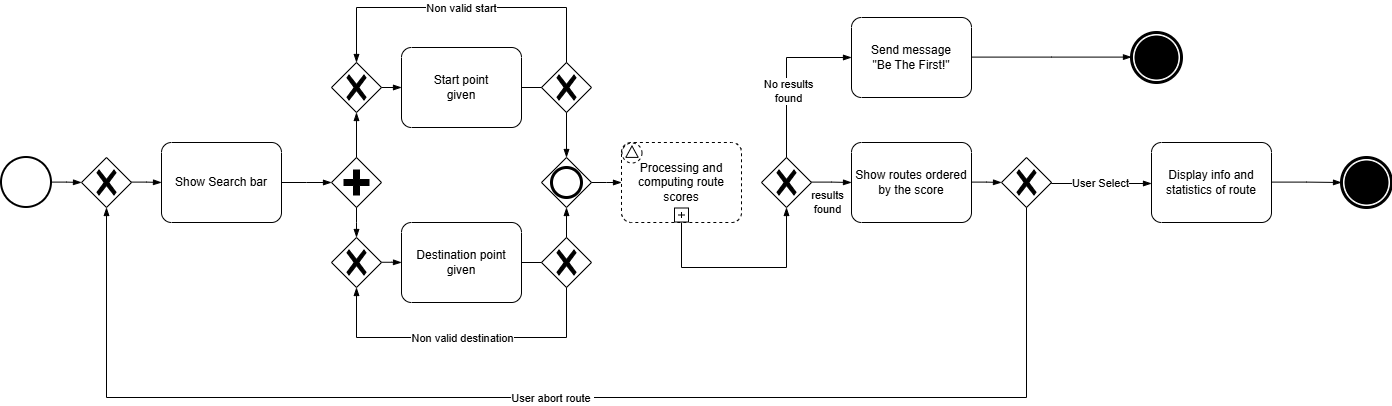
jacopobellosi/Bellosi-Montanelli-Tempobono keeps this draw.io diagram as RASD/LaTeXCode/images/StateDiagrams/SearchAndDisplay.drawio.png. Above is the earlier version. Source tidied: cells renumbered, new cells last; positions are measured from the earlier drawing's top-left corner, leaving out a move shared by most shapes.
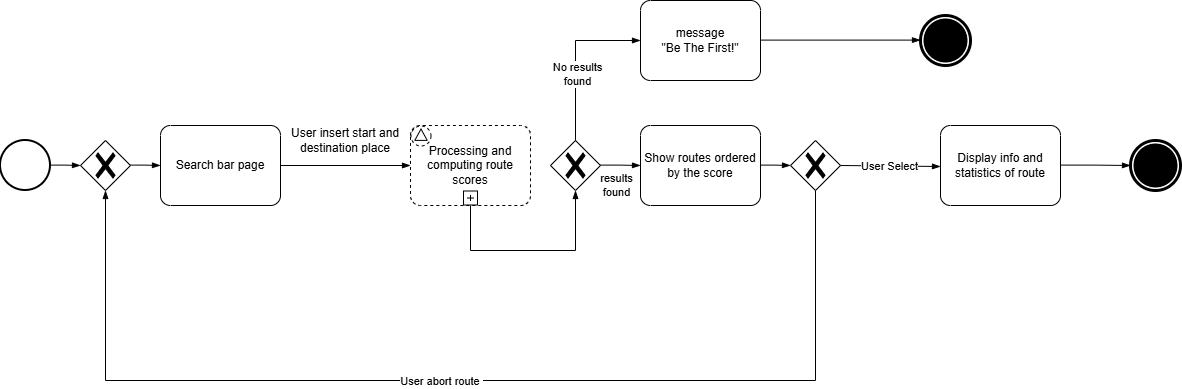
The same diagram one commit later.

Commit message:
Refactor and reorganize diagram files

What changed in the source:
```diff
@@ -3,101 +3,16 @@
     <mxCell id="0" />
     <mxCell id="1" parent="0" />
     <mxCell id="2" style="strokeWidth=2;html=1;shape=mxgraph.flowchart.start_2;whiteSpace=wrap;" parent="1" vertex="1">
-      <mxGeometry y="150" width="50" height="50" as="geometry" />
+      <mxGeometry x="210" y="150" width="50" height="50" as="geometry" />
     </mxCell>
-    <mxCell id="3" value="Show Search bar" style="points=[[0.25,0,0],[0.5,0,0],[0.75,0,0],[1,0.25,0],[1,0.5,0],[1,0.75,0],[0.75,1,0],[0.5,1,0],[0.25,1,0],[0,0.75,0],[0,0.5,0],[0,0.25,0]];shape=mxgraph.bpmn.task2;whiteSpace=wrap;rectStyle=rounded;size=10;html=1;taskMarker=abstract;" parent="1" vertex="1">
-      <mxGeometry x="160" y="135" width="120" height="80" as="geometry" />
+    <mxCell id="3" value="Search bar page" style="points=[[0.25,0,0],[0.5,0,0],[0.75,0,0],[1,0.25,0],[1,0.5,0],[1,0.75,0],[0.75,1,0],[0.5,1,0],[0.25,1,0],[0,0.75,0],[0,0.5,0],[0,0.25,0]];shape=mxgraph.bpmn.task2;whiteSpace=wrap;rectStyle=rounded;size=10;html=1;taskMarker=abstract;" parent="1" vertex="1">
+      <mxGeometry x="370" y="135" width="120" height="80" as="geometry" />
     </mxCell>
     <mxCell id="4" style="edgeStyle=elbowEdgeStyle;fontSize=12;html=1;endArrow=blockThin;endFill=1;rounded=0;entryX=0;entryY=0.5;entryDx=0;entryDy=0;entryPerimeter=0;" parent="3" edge="1" target="3">
       <mxGeometry relative="1" as="geometry">
         <mxPoint x="-30" y="39.6" as="sourcePoint" />
       </mxGeometry>
     </mxCell>
-    <mxCell id="5" style="points=[[0.25,0.25,0],[0.5,0,0],[0.75,0.25,0],[1,0.5,0],[0.75,0.75,0],[0.5,1,0],[0.25,0.75,0],[0,0.5,0]];shape=mxgraph.bpmn.gateway2;html=1;verticalLabelPosition=bottom;labelBackgroundColor=#ffffff;verticalAlign=top;align=center;perimeter=rhombusPerimeter;outlineConnect=0;outline=none;symbol=none;gwType=parallel;" parent="1" vertex="1">
-      <mxGeometry x="330" y="150" width="50" height="50" as="geometry" />
-    </mxCell>
-    <mxCell id="6" style="points=[[0.25,0.25,0],[0.5,0,0],[0.75,0.25,0],[1,0.5,0],[0.75,0.75,0],[0.5,1,0],[0.25,0.75,0],[0,0.5,0]];shape=mxgraph.bpmn.gateway2;html=1;verticalLabelPosition=bottom;labelBackgroundColor=#ffffff;verticalAlign=top;align=center;perimeter=rhombusPerimeter;outlineConnect=0;outline=end;symbol=general;" parent="1" vertex="1">
-      <mxGeometry x="540" y="150" width="50" height="50" as="geometry" />
-    </mxCell>
-    <mxCell id="7" value="Start point&lt;div&gt;given&lt;/div&gt;" style="points=[[0.25,0,0],[0.5,0,0],[0.75,0,0],[1,0.25,0],[1,0.5,0],[1,0.75,0],[0.75,1,0],[0.5,1,0],[0.25,1,0],[0,0.75,0],[0,0.5,0],[0,0.25,0]];shape=mxgraph.bpmn.task2;whiteSpace=wrap;rectStyle=rounded;size=10;html=1;taskMarker=abstract;" parent="1" vertex="1">
-      <mxGeometry x="400" y="40" width="120" height="80" as="geometry" />
-    </mxCell>
-    <mxCell id="8" value="Destination point given" style="points=[[0.25,0,0],[0.5,0,0],[0.75,0,0],[1,0.25,0],[1,0.5,0],[1,0.75,0],[0.75,1,0],[0.5,1,0],[0.25,1,0],[0,0.75,0],[0,0.5,0],[0,0.25,0]];shape=mxgraph.bpmn.task2;whiteSpace=wrap;rectStyle=rounded;size=10;html=1;taskMarker=abstract;" parent="1" vertex="1">
-      <mxGeometry x="400" y="215" width="120" height="80" as="geometry" />
-    </mxCell>
-    <mxCell id="9" style="edgeStyle=elbowEdgeStyle;fontSize=12;html=1;endArrow=blockThin;endFill=1;rounded=0;entryX=0;entryY=0.5;entryDx=0;entryDy=0;entryPerimeter=0;" parent="8" edge="1" target="8">
-      <mxGeometry relative="1" as="geometry">
-        <mxPoint x="-20" y="39.8" as="sourcePoint" />
-      </mxGeometry>
-    </mxCell>
-    <mxCell id="10" style="edgeStyle=elbowEdgeStyle;fontSize=12;html=1;endArrow=blockThin;endFill=1;rounded=0;exitX=0.5;exitY=0;exitDx=0;exitDy=0;exitPerimeter=0;entryX=0;entryY=0.5;entryDx=0;entryDy=0;entryPerimeter=0;" parent="1" edge="1" source="17" target="7">
-      <mxGeometry relative="1" as="geometry">
-        <Array as="points">
-          <mxPoint x="355" y="120" />
-        </Array>
-      </mxGeometry>
-    </mxCell>
-    <mxCell id="11" style="edgeStyle=elbowEdgeStyle;fontSize=12;html=1;endArrow=blockThin;endFill=1;rounded=0;exitX=1;exitY=0.5;exitDx=0;exitDy=0;exitPerimeter=0;entryX=0.5;entryY=0;entryDx=0;entryDy=0;entryPerimeter=0;" parent="1" edge="1" source="7" target="6">
-      <mxGeometry relative="1" as="geometry">
-        <Array as="points">
-          <mxPoint x="565" y="110" />
-        </Array>
-      </mxGeometry>
-    </mxCell>
-    <mxCell id="12" style="edgeStyle=elbowEdgeStyle;fontSize=12;html=1;endArrow=blockThin;endFill=1;rounded=0;exitX=1;exitY=0.5;exitDx=0;exitDy=0;exitPerimeter=0;entryX=0.5;entryY=1;entryDx=0;entryDy=0;entryPerimeter=0;" parent="1" edge="1" source="8" target="6">
-      <mxGeometry relative="1" as="geometry">
-        <Array as="points">
-          <mxPoint x="565" y="240" />
-        </Array>
-      </mxGeometry>
-    </mxCell>
-    <mxCell id="13" style="edgeStyle=elbowEdgeStyle;fontSize=12;html=1;endArrow=blockThin;endFill=1;rounded=0;exitX=1;exitY=0.5;exitDx=0;exitDy=0;exitPerimeter=0;" parent="1" edge="1" source="6">
-      <mxGeometry relative="1" as="geometry">
-        <mxPoint x="620" y="175" as="targetPoint" />
-      </mxGeometry>
-    </mxCell>
-    <mxCell id="14" style="points=[[0.25,0.25,0],[0.5,0,0],[0.75,0.25,0],[1,0.5,0],[0.75,0.75,0],[0.5,1,0],[0.25,0.75,0],[0,0.5,0]];shape=mxgraph.bpmn.gateway2;html=1;verticalLabelPosition=bottom;labelBackgroundColor=#ffffff;verticalAlign=top;align=center;perimeter=rhombusPerimeter;outlineConnect=0;outline=none;symbol=none;gwType=exclusive;" parent="1" vertex="1">
-      <mxGeometry x="540" y="230" width="50" height="50" as="geometry" />
-    </mxCell>
-    <mxCell id="15" style="points=[[0.25,0.25,0],[0.5,0,0],[0.75,0.25,0],[1,0.5,0],[0.75,0.75,0],[0.5,1,0],[0.25,0.75,0],[0,0.5,0]];shape=mxgraph.bpmn.gateway2;html=1;verticalLabelPosition=bottom;labelBackgroundColor=#ffffff;verticalAlign=top;align=center;perimeter=rhombusPerimeter;outlineConnect=0;outline=none;symbol=none;gwType=exclusive;" parent="1" vertex="1">
-      <mxGeometry x="330" y="230" width="50" height="50" as="geometry" />
-    </mxCell>
-    <mxCell id="16" style="points=[[0.25,0.25,0],[0.5,0,0],[0.75,0.25,0],[1,0.5,0],[0.75,0.75,0],[0.5,1,0],[0.25,0.75,0],[0,0.5,0]];shape=mxgraph.bpmn.gateway2;html=1;verticalLabelPosition=bottom;labelBackgroundColor=#ffffff;verticalAlign=top;align=center;perimeter=rhombusPerimeter;outlineConnect=0;outline=none;symbol=none;gwType=exclusive;" parent="1" vertex="1">
-      <mxGeometry x="540" y="55" width="50" height="50" as="geometry" />
-    </mxCell>
-    <mxCell id="17" style="points=[[0.25,0.25,0],[0.5,0,0],[0.75,0.25,0],[1,0.5,0],[0.75,0.75,0],[0.5,1,0],[0.25,0.75,0],[0,0.5,0]];shape=mxgraph.bpmn.gateway2;html=1;verticalLabelPosition=bottom;labelBackgroundColor=#ffffff;verticalAlign=top;align=center;perimeter=rhombusPerimeter;outlineConnect=0;outline=none;symbol=none;gwType=exclusive;" parent="1" vertex="1">
-      <mxGeometry x="330" y="55" width="50" height="50" as="geometry" />
-    </mxCell>
-    <mxCell id="18" style="edgeStyle=elbowEdgeStyle;fontSize=12;html=1;endArrow=blockThin;endFill=1;rounded=0;exitX=0.5;exitY=0;exitDx=0;exitDy=0;exitPerimeter=0;entryX=0.5;entryY=1;entryDx=0;entryDy=0;entryPerimeter=0;" parent="1" edge="1" source="5" target="17">
-      <mxGeometry relative="1" as="geometry" />
-    </mxCell>
-    <mxCell id="19" style="edgeStyle=elbowEdgeStyle;fontSize=12;html=1;endArrow=blockThin;endFill=1;rounded=0;exitX=0.5;exitY=1;exitDx=0;exitDy=0;exitPerimeter=0;" parent="1" edge="1" source="5" target="15">
-      <mxGeometry relative="1" as="geometry" />
-    </mxCell>
-    <mxCell id="20" style="edgeStyle=elbowEdgeStyle;fontSize=12;html=1;endArrow=blockThin;endFill=1;rounded=0;exitX=0.5;exitY=1;exitDx=0;exitDy=0;exitPerimeter=0;entryX=0.5;entryY=1;entryDx=0;entryDy=0;entryPerimeter=0;" parent="1" edge="1" source="14" target="15">
-      <mxGeometry relative="1" as="geometry">
-        <Array as="points">
-          <mxPoint x="460" y="330" />
-        </Array>
-      </mxGeometry>
-    </mxCell>
-    <mxCell id="21" value="Non valid destination" style="edgeLabel;html=1;align=center;verticalAlign=middle;" parent="20" vertex="1">
-      <mxGeometry x="-0.06" relative="1" as="geometry">
-        <mxPoint x="-9" as="offset" />
-      </mxGeometry>
-    </mxCell>
-    <mxCell id="22" style="edgeStyle=elbowEdgeStyle;fontSize=12;html=1;endArrow=blockThin;endFill=1;rounded=0;entryX=0.5;entryY=0;entryDx=0;entryDy=0;entryPerimeter=0;exitX=0.5;exitY=0;exitDx=0;exitDy=0;exitPerimeter=0;elbow=vertical;" parent="1" edge="1" source="16" target="17">
-      <mxGeometry relative="1" as="geometry">
-        <Array as="points">
-          <mxPoint x="390" />
-        </Array>
-      </mxGeometry>
-    </mxCell>
-    <mxCell id="23" value="Non valid start" style="edgeLabel;html=1;align=center;verticalAlign=middle;" parent="22" vertex="1">
-      <mxGeometry x="-0.11" relative="1" as="geometry">
-        <mxPoint x="-18" as="offset" />
-      </mxGeometry>
-    </mxCell>
     <mxCell id="24" value="Show routes ordered by the score" style="shape=mxgraph.bpmn.task2;whiteSpace=wrap;rectStyle=rounded;size=10;html=1;taskMarker=abstract;" parent="1" vertex="1">
       <mxGeometry x="850" y="135" width="120" height="80" as="geometry" />
     </mxCell>
@@ -129,23 +44,21 @@
       </mxGeometry>
     </mxCell>
     <mxCell id="31" style="points=[[0.25,0.25,0],[0.5,0,0],[0.75,0.25,0],[1,0.5,0],[0.75,0.75,0],[0.5,1,0],[0.25,0.75,0],[0,0.5,0]];shape=mxgraph.bpmn.gateway2;html=1;verticalLabelPosition=bottom;labelBackgroundColor=#ffffff;verticalAlign=top;align=center;perimeter=rhombusPerimeter;outlineConnect=0;outline=none;symbol=none;gwType=exclusive;" parent="1" vertex="1">
-      <mxGeometry x="80" y="150" width="50" height="50" as="geometry" />
+      <mxGeometry x="290" y="150" width="50" height="50" as="geometry" />
     </mxCell>
     <mxCell id="32" style="edgeStyle=elbowEdgeStyle;fontSize=12;html=1;endArrow=blockThin;endFill=1;rounded=0;" parent="1" edge="1">
       <mxGeometry relative="1" as="geometry">
-        <mxPoint x="50" y="174.6" as="sourcePoint" />
-        <mxPoint x="80" y="175" as="targetPoint" />
+        <mxPoint x="260" y="174.6" as="sourcePoint" />
+        <mxPoint x="290" y="175" as="targetPoint" />
       </mxGeometry>
     </mxCell>
-    <mxCell id="33" style="edgeStyle=elbowEdgeStyle;fontSize=12;html=1;endArrow=blockThin;endFill=1;rounded=0;exitX=1;exitY=0.5;exitDx=0;exitDy=0;exitPerimeter=0;" parent="1" edge="1" source="3">
-      <mxGeometry relative="1" as="geometry">
-        <mxPoint x="330" y="175" as="targetPoint" />
-      </mxGeometry>
+    <mxCell id="33" style="edgeStyle=elbowEdgeStyle;fontSize=12;html=1;endArrow=blockThin;endFill=1;rounded=0;exitX=1;exitY=0.5;exitDx=0;exitDy=0;exitPerimeter=0;entryX=0;entryY=0.5;entryDx=0;entryDy=0;entryPerimeter=0;" parent="1" edge="1" source="3" target="45">
+      <mxGeometry relative="1" as="geometry" />
     </mxCell>
     <mxCell id="34" style="edgeStyle=elbowEdgeStyle;fontSize=12;html=1;endArrow=blockThin;endFill=1;rounded=0;exitX=0.5;exitY=1;exitDx=0;exitDy=0;exitPerimeter=0;entryX=0.5;entryY=1;entryDx=0;entryDy=0;entryPerimeter=0;elbow=vertical;" parent="1" edge="1" source="27" target="31">
       <mxGeometry relative="1" as="geometry">
         <Array as="points">
-          <mxPoint x="570" y="390" />
+          <mxPoint x="780" y="390" />
         </Array>
       </mxGeometry>
     </mxCell>
@@ -172,7 +85,7 @@
         <mxPoint x="1000" y="175" as="targetPoint" />
       </mxGeometry>
     </mxCell>
-    <mxCell id="40" value="Send message&lt;div&gt;&quot;Be The First!&quot;&lt;/div&gt;" style="points=[[0.25,0,0],[0.5,0,0],[0.75,0,0],[1,0.25,0],[1,0.5,0],[1,0.75,0],[0.75,1,0],[0.5,1,0],[0.25,1,0],[0,0.75,0],[0,0.5,0],[0,0.25,0]];shape=mxgraph.bpmn.task2;whiteSpace=wrap;rectStyle=rounded;size=10;html=1;taskMarker=abstract;" parent="1" vertex="1">
+    <mxCell id="40" value="message&lt;div&gt;&quot;Be The First!&quot;&lt;/div&gt;" style="points=[[0.25,0,0],[0.5,0,0],[0.75,0,0],[1,0.25,0],[1,0.5,0],[1,0.75,0],[0.75,1,0],[0.5,1,0],[0.25,1,0],[0,0.75,0],[0,0.5,0],[0,0.25,0]];shape=mxgraph.bpmn.task2;whiteSpace=wrap;rectStyle=rounded;size=10;html=1;taskMarker=abstract;" parent="1" vertex="1">
       <mxGeometry x="850" y="10" width="120" height="80" as="geometry" />
     </mxCell>
     <mxCell id="41" style="edgeStyle=elbowEdgeStyle;fontSize=12;html=1;endArrow=blockThin;endFill=1;rounded=0;" parent="1" edge="1">
@@ -204,5 +117,8 @@
         </Array>
       </mxGeometry>
     </mxCell>
+    <mxCell id="47" value="User insert start and destination place" style="text;html=1;whiteSpace=wrap;strokeColor=none;fillColor=none;align=center;verticalAlign=middle;rounded=0;" parent="1" vertex="1">
+      <mxGeometry x="480" y="135" width="150" height="30" as="geometry" />
+    </mxCell>
   </root>
 </mxGraphModel>
```
